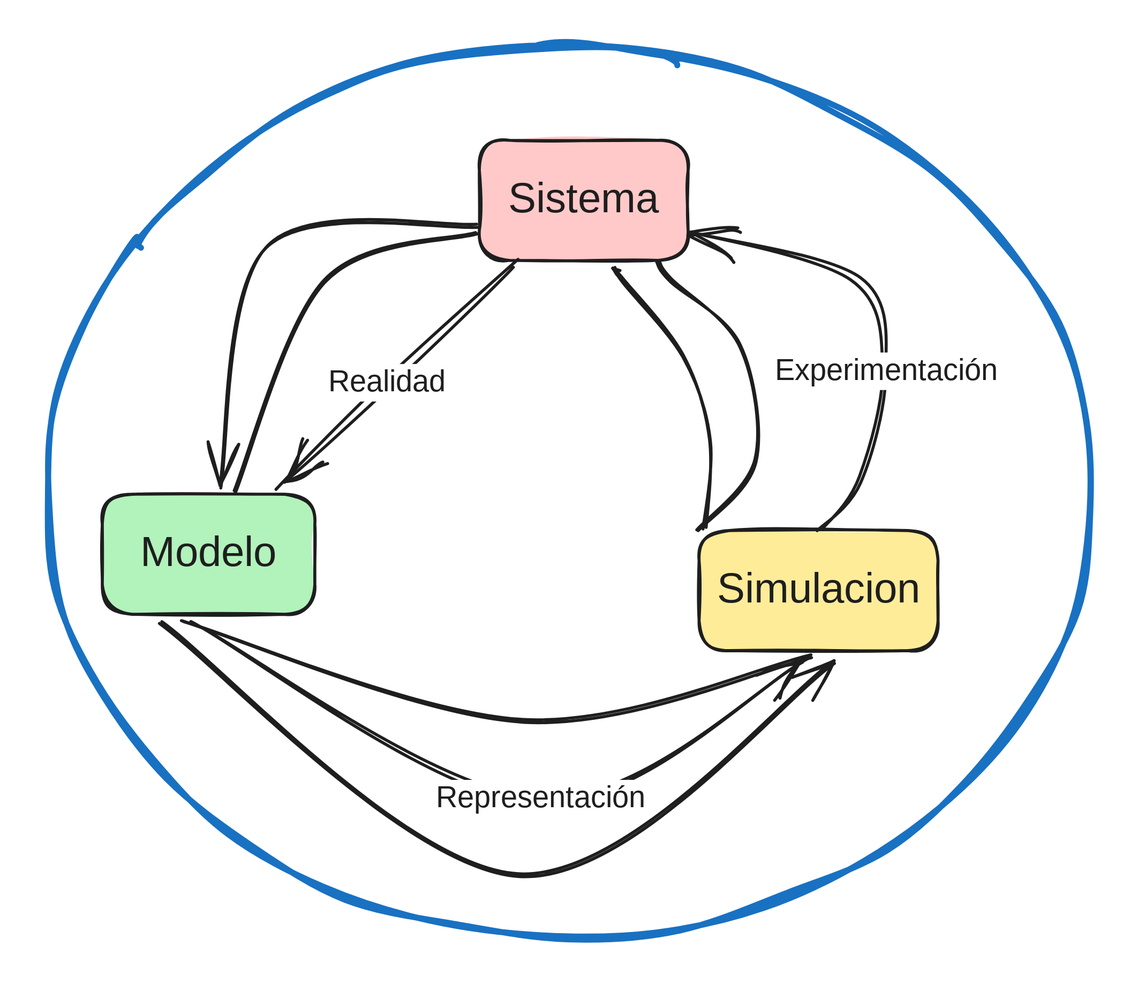
Earlier version of the Excalidraw export Logistic_notebook/.gitbook/assets/file.excalidraw (3).svg (cristianjaviercano/cristianjaviercano). Source tidied: one line per element, renumbered; positions are measured from the earlier drawing's top-left corner, leaving out a move shared by most shapes. The source it was exported from:
```json
{"id": 0, "type": "ellipse", "strokeColor": "#1971c2", "strokeWidth": 4, "roughness": 2, "round": true, "x": 0, "y": 0, "width": 699, "height": 595}
{"id": 1, "type": "rectangle", "strokeColor": "#1e1e1e", "backgroundColor": "#ffc9c9", "fillStyle": "solid", "strokeWidth": 2, "roughness": 1, "round": true, "x": 290, "y": 63, "width": 139, "height": 80}
{"id": 2, "type": "rectangle", "strokeColor": "#1e1e1e", "backgroundColor": "#b2f2bb", "fillStyle": "solid", "strokeWidth": 2, "roughness": 1, "round": true, "x": 38, "y": 299, "width": 142, "height": 80}
{"id": 3, "type": "rectangle", "strokeColor": "#1e1e1e", "backgroundColor": "#ffec99", "fillStyle": "solid", "strokeWidth": 2, "roughness": 1, "round": true, "x": 436, "y": 324, "width": 159, "height": 80}
{"id": 4, "type": "arrow", "strokeColor": "#1e1e1e", "strokeWidth": 2, "roughness": 1, "endArrowhead": "arrow", "round": true, "from": 1, "to": 2, "x": 289, "y": 120, "width": 172, "height": 174, "points": [[0, 0], [-140, 13], [-172, 174]]}
{"id": 5, "type": "arrow", "strokeColor": "#1e1e1e", "strokeWidth": 2, "roughness": 1, "endArrowhead": "arrow", "round": true, "from": 2, "to": 3, "x": 77, "y": 386, "width": 448, "height": 168, "points": [[0, 0], [239, 168], [448, 25]]}
{"id": 6, "type": "arrow", "strokeColor": "#1e1e1e", "strokeWidth": 2, "roughness": 1, "endArrowhead": "arrow", "round": true, "from": 3, "to": 1, "x": 439, "y": 322, "width": 63, "height": 175, "points": [[0, 0], [4, -60], [-14, -114], [-55, -165], [-59, -175]]}
{"id": 7, "type": "arrow", "strokeColor": "#1e1e1e", "strokeWidth": 2, "roughness": 1, "round": true, "from": 1, "to": 2, "x": 289, "y": 125, "width": 162, "height": 173, "points": [[0, 0], [-103, 32], [-162, 173]]}
{"id": 8, "type": "arrow", "strokeColor": "#1e1e1e", "strokeWidth": 2, "roughness": 1, "round": true, "from": 2, "to": 3, "x": 92, "y": 383, "width": 419, "height": 68, "points": [[0, 0], [227, 68], [419, 24]]}
{"id": 9, "type": "arrow", "strokeColor": "#1e1e1e", "strokeWidth": 2, "roughness": 1, "round": true, "from": 3, "to": 1, "x": 435, "y": 322, "width": 66, "height": 178, "points": [[0, 0], [39, -46], [28, -123], [-18, -165], [-27, -178]]}
{"id": 10, "type": "arrow", "strokeColor": "#1e1e1e", "strokeWidth": 2, "roughness": 2, "endArrowhead": "arrow", "round": true, "from": 1, "to": 2, "x": 315, "y": 144, "width": 159, "height": 150, "points": [[0, 0], [-87, 81], [-159, 150]]}
{"id": 11, "type": "arrow", "strokeColor": "#1e1e1e", "strokeWidth": 2, "roughness": 2, "endArrowhead": "arrow", "round": true, "from": 2, "to": 3, "x": 99, "y": 385, "width": 410, "height": 118, "points": [[0, 0], [231, 118], [410, 27]]}
{"id": 12, "type": "arrow", "strokeColor": "#1e1e1e", "strokeWidth": 2, "roughness": 2, "endArrowhead": "arrow", "round": true, "from": 3, "to": 1, "x": 517, "y": 322, "width": 127, "height": 194, "points": [[0, 0], [24, -32], [44, -105], [24, -165], [-84, -194]]}
{"id": 13, "type": "text", "text": "Sistema", "strokeColor": "#1e1e1e", "strokeWidth": 2, "roughness": 1, "fontSize": 28, "fontFamily": 1, "textAlign": "center", "verticalAlign": "middle", "inside": 1, "x": 306, "y": 86, "width": 106, "height": 35}
{"id": 14, "type": "text", "text": "Modelo", "strokeColor": "#1e1e1e", "strokeWidth": 2, "roughness": 1, "fontSize": 28, "fontFamily": 1, "textAlign": "center", "verticalAlign": "middle", "inside": 2, "x": 64, "y": 322, "width": 91, "height": 35}
{"id": 15, "type": "text", "text": "Simulacion", "strokeColor": "#1e1e1e", "strokeWidth": 2, "roughness": 1, "fontSize": 28, "fontFamily": 1, "textAlign": "center", "verticalAlign": "middle", "inside": 3, "x": 450, "y": 346, "width": 132, "height": 35}
{"id": 16, "type": "text", "text": "Realidad", "strokeColor": "#1e1e1e", "strokeWidth": 2, "roughness": 1, "fontSize": 20, "fontFamily": 1, "textAlign": "center", "verticalAlign": "middle", "inside": 10, "x": 260, "y": 145, "width": 84, "height": 25}
{"id": 17, "type": "text", "text": "Representación", "strokeColor": "#1e1e1e", "strokeWidth": 2, "roughness": 1, "fontSize": 20, "fontFamily": 1, "textAlign": "center", "verticalAlign": "middle", "inside": 11, "x": 191, "y": 281, "width": 145, "height": 25}
{"id": 18, "type": "text", "text": "Experimentación", "strokeColor": "#1e1e1e", "strokeWidth": 2, "roughness": 1, "fontSize": 20, "fontFamily": 1, "textAlign": "center", "verticalAlign": "middle", "inside": 12, "x": 443, "y": 213, "width": 151, "height": 25}
```
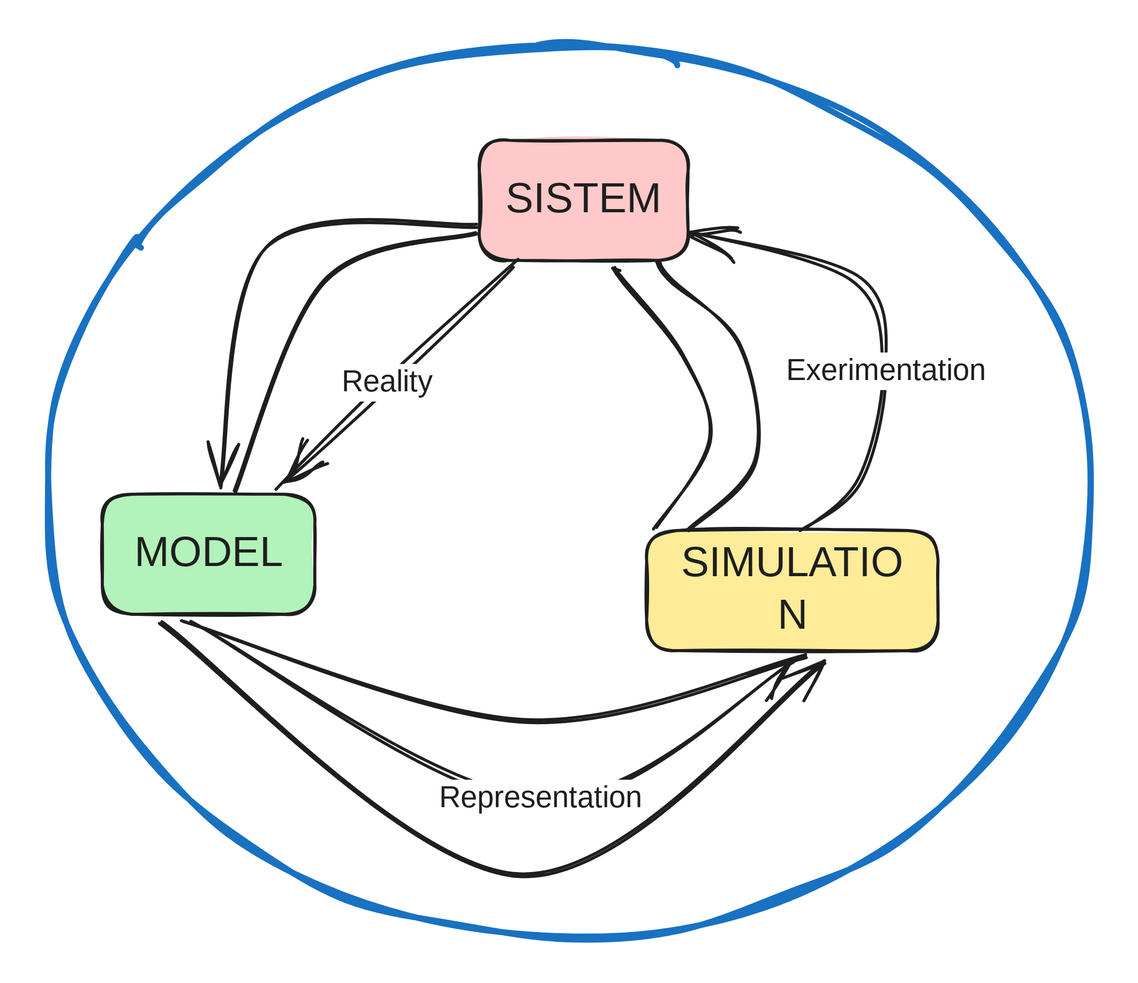
The same file after the commit.

Change to the diagram source:
```diff
@@ -1,19 +1,19 @@
 {"id": 0, "type": "ellipse", "strokeColor": "#1971c2", "strokeWidth": 4, "roughness": 2, "round": true, "x": 0, "y": 0, "width": 699, "height": 595}
 {"id": 1, "type": "rectangle", "strokeColor": "#1e1e1e", "backgroundColor": "#ffc9c9", "fillStyle": "solid", "strokeWidth": 2, "roughness": 1, "round": true, "x": 290, "y": 63, "width": 139, "height": 80}
 {"id": 2, "type": "rectangle", "strokeColor": "#1e1e1e", "backgroundColor": "#b2f2bb", "fillStyle": "solid", "strokeWidth": 2, "roughness": 1, "round": true, "x": 38, "y": 299, "width": 142, "height": 80}
-{"id": 3, "type": "rectangle", "strokeColor": "#1e1e1e", "backgroundColor": "#ffec99", "fillStyle": "solid", "strokeWidth": 2, "roughness": 1, "round": true, "x": 436, "y": 324, "width": 159, "height": 80}
+{"id": 3, "type": "rectangle", "strokeColor": "#1e1e1e", "backgroundColor": "#ffec99", "fillStyle": "solid", "strokeWidth": 2, "roughness": 1, "round": true, "x": 401, "y": 324, "width": 194, "height": 80}
 {"id": 4, "type": "arrow", "strokeColor": "#1e1e1e", "strokeWidth": 2, "roughness": 1, "endArrowhead": "arrow", "round": true, "from": 1, "to": 2, "x": 289, "y": 120, "width": 172, "height": 174, "points": [[0, 0], [-140, 13], [-172, 174]]}
-{"id": 5, "type": "arrow", "strokeColor": "#1e1e1e", "strokeWidth": 2, "roughness": 1, "endArrowhead": "arrow", "round": true, "from": 2, "to": 3, "x": 77, "y": 386, "width": 448, "height": 168, "points": [[0, 0], [239, 168], [448, 25]]}
+{"id": 5, "type": "arrow", "strokeColor": "#1e1e1e", "strokeWidth": 2, "roughness": 1, "endArrowhead": "arrow", "round": true, "from": 2, "to": 3, "x": 77, "y": 386, "width": 442, "height": 168, "points": [[0, 0], [239, 168], [442, 25]]}
-{"id": 6, "type": "arrow", "strokeColor": "#1e1e1e", "strokeWidth": 2, "roughness": 1, "endArrowhead": "arrow", "round": true, "from": 3, "to": 1, "x": 439, "y": 322, "width": 63, "height": 175, "points": [[0, 0], [4, -60], [-14, -114], [-55, -165], [-59, -175]]}
+{"id": 6, "type": "arrow", "strokeColor": "#1e1e1e", "strokeWidth": 2, "roughness": 1, "endArrowhead": "arrow", "round": true, "from": 3, "to": 1, "x": 406, "y": 322, "width": 63, "height": 175, "points": [[0, 0], [37, -60], [19, -114], [-22, -165], [-26, -175]]}
 {"id": 7, "type": "arrow", "strokeColor": "#1e1e1e", "strokeWidth": 2, "roughness": 1, "round": true, "from": 1, "to": 2, "x": 289, "y": 125, "width": 162, "height": 173, "points": [[0, 0], [-103, 32], [-162, 173]]}
-{"id": 8, "type": "arrow", "strokeColor": "#1e1e1e", "strokeWidth": 2, "roughness": 1, "round": true, "from": 2, "to": 3, "x": 92, "y": 383, "width": 419, "height": 68, "points": [[0, 0], [227, 68], [419, 24]]}
+{"id": 8, "type": "arrow", "strokeColor": "#1e1e1e", "strokeWidth": 2, "roughness": 1, "round": true, "from": 2, "to": 3, "x": 92, "y": 383, "width": 415, "height": 68, "points": [[0, 0], [227, 68], [415, 24]]}
-{"id": 9, "type": "arrow", "strokeColor": "#1e1e1e", "strokeWidth": 2, "roughness": 1, "round": true, "from": 3, "to": 1, "x": 435, "y": 322, "width": 66, "height": 178, "points": [[0, 0], [39, -46], [28, -123], [-18, -165], [-27, -178]]}
+{"id": 9, "type": "arrow", "strokeColor": "#1e1e1e", "strokeWidth": 2, "roughness": 1, "round": true, "from": 3, "to": 1, "x": 428, "y": 322, "width": 66, "height": 178, "points": [[0, 0], [45, -46], [34, -123], [-12, -165], [-20, -178]]}
 {"id": 10, "type": "arrow", "strokeColor": "#1e1e1e", "strokeWidth": 2, "roughness": 2, "endArrowhead": "arrow", "round": true, "from": 1, "to": 2, "x": 315, "y": 144, "width": 159, "height": 150, "points": [[0, 0], [-87, 81], [-159, 150]]}
-{"id": 11, "type": "arrow", "strokeColor": "#1e1e1e", "strokeWidth": 2, "roughness": 2, "endArrowhead": "arrow", "round": true, "from": 2, "to": 3, "x": 99, "y": 385, "width": 410, "height": 118, "points": [[0, 0], [231, 118], [410, 27]]}
+{"id": 11, "type": "arrow", "strokeColor": "#1e1e1e", "strokeWidth": 2, "roughness": 2, "endArrowhead": "arrow", "round": true, "from": 2, "to": 3, "x": 99, "y": 384, "width": 404, "height": 118, "points": [[0, 0], [231, 118], [404, 27]]}
-{"id": 12, "type": "arrow", "strokeColor": "#1e1e1e", "strokeWidth": 2, "roughness": 2, "endArrowhead": "arrow", "round": true, "from": 3, "to": 1, "x": 517, "y": 322, "width": 127, "height": 194, "points": [[0, 0], [24, -32], [44, -105], [24, -165], [-84, -194]]}
+{"id": 12, "type": "arrow", "strokeColor": "#1e1e1e", "strokeWidth": 2, "roughness": 2, "endArrowhead": "arrow", "round": true, "from": 3, "to": 1, "x": 506, "y": 322, "width": 127, "height": 194, "points": [[0, 0], [35, -32], [55, -105], [35, -165], [-72, -194]]}
-{"id": 13, "type": "text", "text": "Sistema", "strokeColor": "#1e1e1e", "strokeWidth": 2, "roughness": 1, "fontSize": 28, "fontFamily": 1, "textAlign": "center", "verticalAlign": "middle", "inside": 1, "x": 306, "y": 86, "width": 106, "height": 35}
+{"id": 13, "type": "text", "text": "SISTEM", "strokeColor": "#1e1e1e", "strokeWidth": 2, "roughness": 1, "fontSize": 28, "fontFamily": 1, "textAlign": "center", "verticalAlign": "middle", "inside": 1, "x": 303, "y": 86, "width": 112, "height": 35}
-{"id": 14, "type": "text", "text": "Modelo", "strokeColor": "#1e1e1e", "strokeWidth": 2, "roughness": 1, "fontSize": 28, "fontFamily": 1, "textAlign": "center", "verticalAlign": "middle", "inside": 2, "x": 64, "y": 322, "width": 91, "height": 35}
+{"id": 14, "type": "text", "text": "MODEL", "strokeColor": "#1e1e1e", "strokeWidth": 2, "roughness": 1, "fontSize": 28, "fontFamily": 1, "textAlign": "center", "verticalAlign": "middle", "inside": 2, "x": 59, "y": 322, "width": 99, "height": 35}
-{"id": 15, "type": "text", "text": "Simulacion", "strokeColor": "#1e1e1e", "strokeWidth": 2, "roughness": 1, "fontSize": 28, "fontFamily": 1, "textAlign": "center", "verticalAlign": "middle", "inside": 3, "x": 450, "y": 346, "width": 132, "height": 35}
+{"id": 15, "type": "text", "text": "SIMULATIO\nN", "strokeColor": "#1e1e1e", "strokeWidth": 2, "roughness": 1, "fontSize": 28, "fontFamily": 1, "textAlign": "center", "verticalAlign": "middle", "inside": 3, "x": 415, "y": 328, "width": 167, "height": 70}
-{"id": 16, "type": "text", "text": "Realidad", "strokeColor": "#1e1e1e", "strokeWidth": 2, "roughness": 1, "fontSize": 20, "fontFamily": 1, "textAlign": "center", "verticalAlign": "middle", "inside": 10, "x": 260, "y": 145, "width": 84, "height": 25}
+{"id": 16, "type": "text", "text": "Reality", "strokeColor": "#1e1e1e", "strokeWidth": 2, "roughness": 1, "fontSize": 20, "fontFamily": 1, "textAlign": "center", "verticalAlign": "middle", "inside": 10, "x": 194, "y": 213, "width": 68, "height": 25}
-{"id": 17, "type": "text", "text": "Representación", "strokeColor": "#1e1e1e", "strokeWidth": 2, "roughness": 1, "fontSize": 20, "fontFamily": 1, "textAlign": "center", "verticalAlign": "middle", "inside": 11, "x": 191, "y": 281, "width": 145, "height": 25}
+{"id": 17, "type": "text", "text": "Representation", "strokeColor": "#1e1e1e", "strokeWidth": 2, "roughness": 1, "fontSize": 20, "fontFamily": 1, "textAlign": "center", "verticalAlign": "middle", "inside": 11, "x": 258, "y": 490, "width": 146, "height": 25}
-{"id": 18, "type": "text", "text": "Experimentación", "strokeColor": "#1e1e1e", "strokeWidth": 2, "roughness": 1, "fontSize": 20, "fontFamily": 1, "textAlign": "center", "verticalAlign": "middle", "inside": 12, "x": 443, "y": 213, "width": 151, "height": 25}
+{"id": 18, "type": "text", "text": "Exerimentation", "strokeColor": "#1e1e1e", "strokeWidth": 2, "roughness": 1, "fontSize": 20, "fontFamily": 1, "textAlign": "center", "verticalAlign": "middle", "inside": 12, "x": 490, "y": 205, "width": 142, "height": 25}
```
